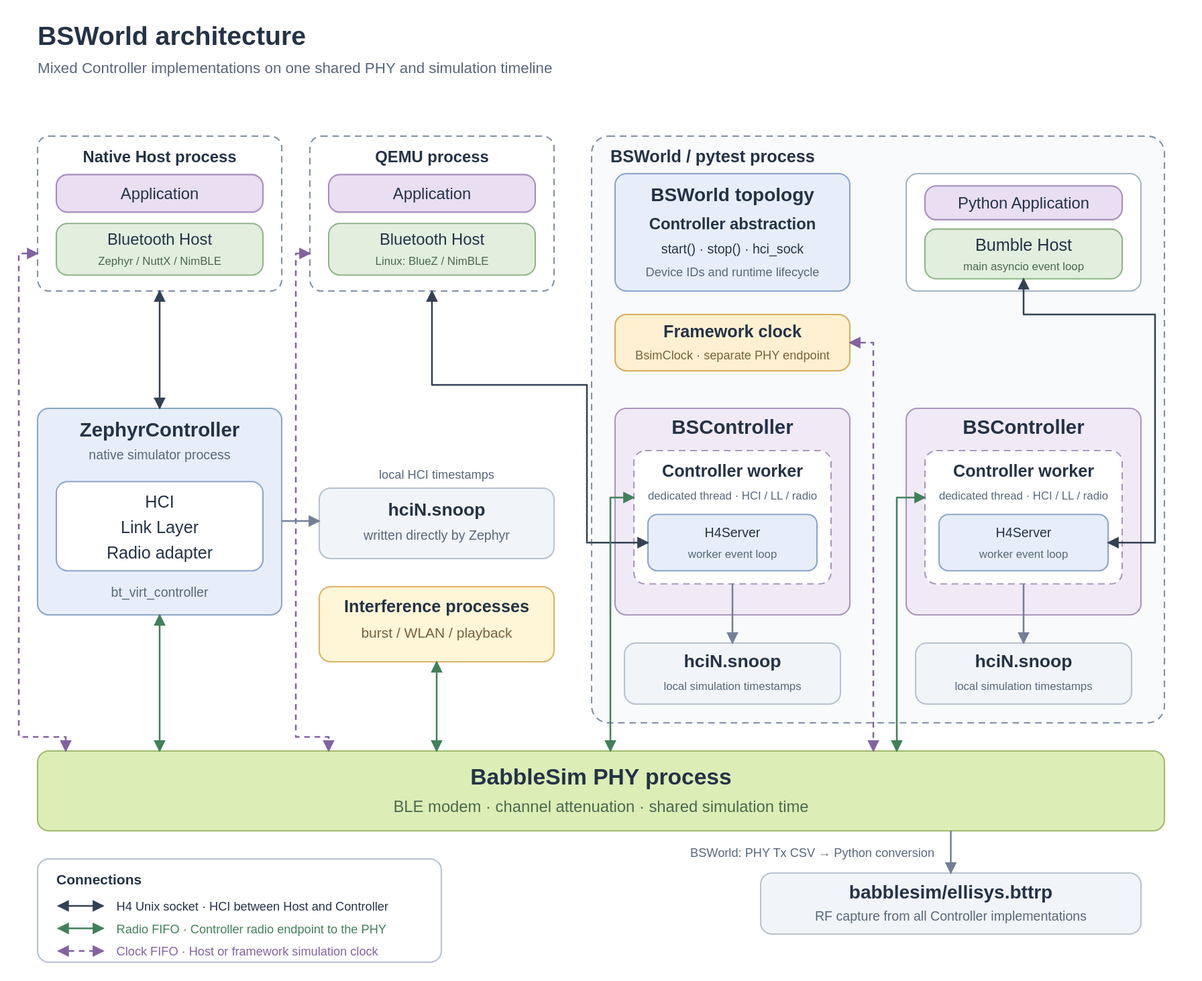
LingaoM/bsworld keeps this draw.io diagram as docs/images/babblesim_arch.svg. Above is the earlier version. Source tidied: cells renumbered, new cells last; positions are measured from the earlier drawing's top-left corner, leaving out a move shared by most shapes.
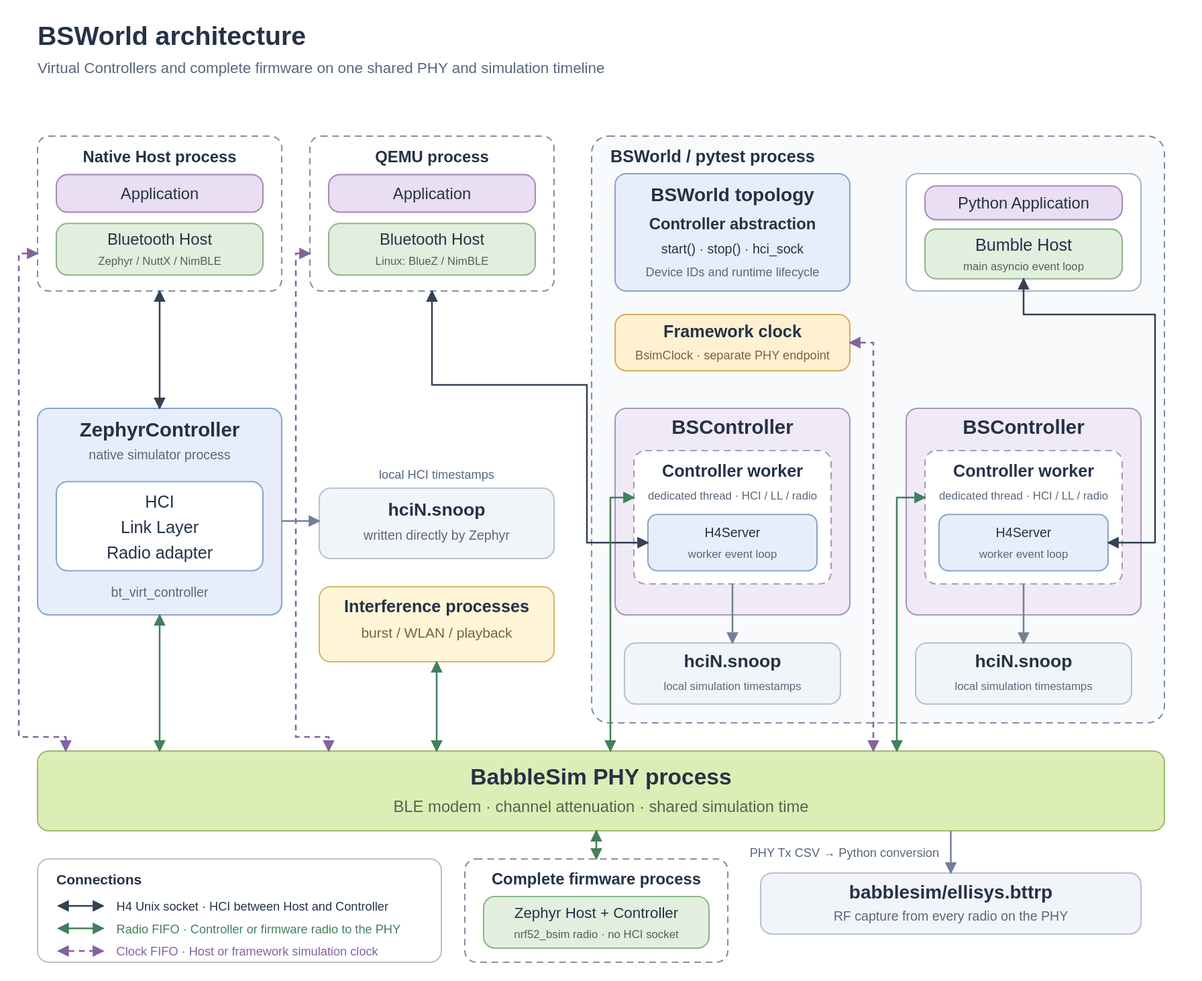
Later version of the same file.

The edit, as a diff of the source:
```diff
@@ -8,7 +8,7 @@
     <mxCell id="3" value="BSWorld architecture" style="text;html=1;strokeColor=none;fillColor=none;align=left;verticalAlign=middle;fontFamily=Arial;fontSize=28;fontColor=#243247;fontStyle=1;" parent="1" vertex="1">
       <mxGeometry x="40" y="20" width="324.8" height="33" as="geometry" />
     </mxCell>
-    <mxCell id="4" value="Mixed Controller implementations on one shared PHY and simulation timeline" style="text;html=1;strokeColor=none;fillColor=none;align=left;verticalAlign=middle;fontFamily=Arial;fontSize=16;fontColor=#58677c;fontStyle=0;" parent="1" vertex="1">
+    <mxCell id="4" value="Virtual Controllers and complete firmware on one shared PHY and simulation timeline" style="text;html=1;strokeColor=none;fillColor=none;align=left;verticalAlign=middle;fontFamily=Arial;fontSize=16;fontColor=#58677c;fontStyle=0;" parent="1" vertex="1">
       <mxGeometry x="40" y="62" width="686.7" height="21" as="geometry" />
     </mxCell>
     <mxCell id="5" style="rounded=1;arcSize=12;whiteSpace=wrap;html=1;fillColor=#f8fafc;strokeColor=#8190a4;strokeWidth=1.5;dashed=1;" parent="1" vertex="1">
@@ -224,7 +224,7 @@
     <mxCell id="75" value="babblesim/ellisys.bttrp" style="text;html=1;strokeColor=none;fillColor=none;align=center;verticalAlign=middle;fontFamily=Arial;fontSize=20;fontColor=#243247;fontStyle=1;" parent="1" vertex="1">
       <mxGeometry x="879.1" y="937" width="266.8" height="25" as="geometry" />
     </mxCell>
-    <mxCell id="76" value="RF capture from all Controller implementations" style="text;html=1;strokeColor=none;fillColor=none;align=center;verticalAlign=middle;fontFamily=Arial;fontSize=14;fontColor=#58677c;fontStyle=0;" parent="1" vertex="1">
+    <mxCell id="76" value="RF capture from every radio on the PHY" style="text;html=1;strokeColor=none;fillColor=none;align=center;verticalAlign=middle;fontFamily=Arial;fontSize=14;fontColor=#58677c;fontStyle=0;" parent="1" vertex="1">
       <mxGeometry x="825.7" y="967" width="373.5" height="19" as="geometry" />
     </mxCell>
     <mxCell id="77" style="edgeStyle=orthogonalEdgeStyle;rounded=0;html=1;strokeColor=#334155;strokeWidth=1.8;startArrow=classic;endArrow=classic;dashed=0;" parent="1" edge="1">
@@ -343,8 +343,8 @@
         <mxPoint x="1012.5" y="930" as="targetPoint" />
       </mxGeometry>
     </mxCell>
-    <mxCell id="92" value="BSWorld: PHY Tx CSV → Python conversion" style="text;html=1;strokeColor=none;fillColor=none;align=right;verticalAlign=middle;fontFamily=Arial;fontSize=13;fontColor=#58677c;fontStyle=0;" parent="1" vertex="1">
-      <mxGeometry x="700.9" y="900" width="294.1" height="18" as="geometry" />
+    <mxCell id="92" value="PHY Tx CSV → Python conversion" style="text;html=1;strokeColor=none;fillColor=none;align=right;verticalAlign=middle;fontFamily=Arial;fontSize=13;fontColor=#58677c;fontStyle=0;" parent="1" vertex="1">
+      <mxGeometry x="760" y="900" width="240" height="18" as="geometry" />
     </mxCell>
     <mxCell id="93" style="rounded=1;arcSize=12;whiteSpace=wrap;html=1;fillColor=#ffffff;strokeColor=#b8c2cf;strokeWidth=1.5;dashed=0;" parent="1" vertex="1">
       <mxGeometry x="40" y="915" width="430" height="110" as="geometry" />
@@ -367,7 +367,7 @@
         <mxPoint x="110" y="989" as="targetPoint" />
       </mxGeometry>
     </mxCell>
-    <mxCell id="98" value="Radio FIFO · Controller radio endpoint to the PHY" style="text;html=1;strokeColor=none;fillColor=none;align=left;verticalAlign=middle;fontFamily=Arial;fontSize=13;fontColor=#41805b;fontStyle=0;" parent="1" vertex="1">
+    <mxCell id="98" value="Radio FIFO · Controller or firmware radio to the PHY" style="text;html=1;strokeColor=none;fillColor=none;align=left;verticalAlign=middle;fontFamily=Arial;fontSize=13;fontColor=#41805b;fontStyle=0;" parent="1" vertex="1">
       <mxGeometry x="124" y="980" width="330" height="18" as="geometry" />
     </mxCell>
     <mxCell id="99" style="edgeStyle=orthogonalEdgeStyle;rounded=0;html=1;strokeColor=#8263a0;strokeWidth=1.8;startArrow=classic;endArrow=classic;dashed=1;" parent="1" edge="1">
@@ -379,5 +379,26 @@
     <mxCell id="100" value="Clock FIFO · Host or framework simulation clock" style="text;html=1;strokeColor=none;fillColor=none;align=left;verticalAlign=middle;fontFamily=Arial;fontSize=13;fontColor=#8263a0;fontStyle=0;" parent="1" vertex="1">
       <mxGeometry x="124" y="1004" width="330" height="18" as="geometry" />
     </mxCell>
+    <mxCell id="101" style="rounded=1;arcSize=12;whiteSpace=wrap;html=1;fillColor=#ffffff;strokeColor=#8190a4;strokeWidth=1.5;dashed=1;" parent="1" vertex="1">
+      <mxGeometry x="495" y="915" width="280" height="110" as="geometry" />
+    </mxCell>
+    <mxCell id="102" value="Complete firmware process" style="text;html=1;strokeColor=none;fillColor=none;align=center;verticalAlign=middle;fontFamily=Arial;fontSize=17;fontColor=#243247;fontStyle=1;" parent="1" vertex="1">
+      <mxGeometry x="495" y="930" width="280" height="22" as="geometry" />
+    </mxCell>
+    <mxCell id="103" style="rounded=1;arcSize=12;whiteSpace=wrap;html=1;fillColor=#e2efdf;strokeColor=#8eb588;strokeWidth=1.5;dashed=0;" parent="1" vertex="1">
+      <mxGeometry x="515" y="955" width="240" height="55" as="geometry" />
+    </mxCell>
+    <mxCell id="104" value="Zephyr Host + Controller" style="text;html=1;strokeColor=none;fillColor=none;align=center;verticalAlign=middle;fontFamily=Arial;fontSize=16;fontColor=#243247;fontStyle=0;" parent="1" vertex="1">
+      <mxGeometry x="515" y="966" width="240" height="21" as="geometry" />
+    </mxCell>
+    <mxCell id="105" value="nrf52_bsim radio · no HCI socket" style="text;html=1;strokeColor=none;fillColor=none;align=center;verticalAlign=middle;fontFamily=Arial;fontSize=12;fontColor=#4b6750;fontStyle=0;" parent="1" vertex="1">
+      <mxGeometry x="515" y="990" width="240" height="16" as="geometry" />
+    </mxCell>
+    <mxCell id="106" style="edgeStyle=orthogonalEdgeStyle;rounded=0;html=1;strokeColor=#41805b;strokeWidth=1.8;startArrow=classic;endArrow=classic;dashed=0;" parent="1" edge="1">
+      <mxGeometry relative="1" as="geometry">
+        <mxPoint x="635" y="885" as="sourcePoint" />
+        <mxPoint x="635" y="915" as="targetPoint" />
+      </mxGeometry>
+    </mxCell>
   </root>
 </mxGraphModel>
```
